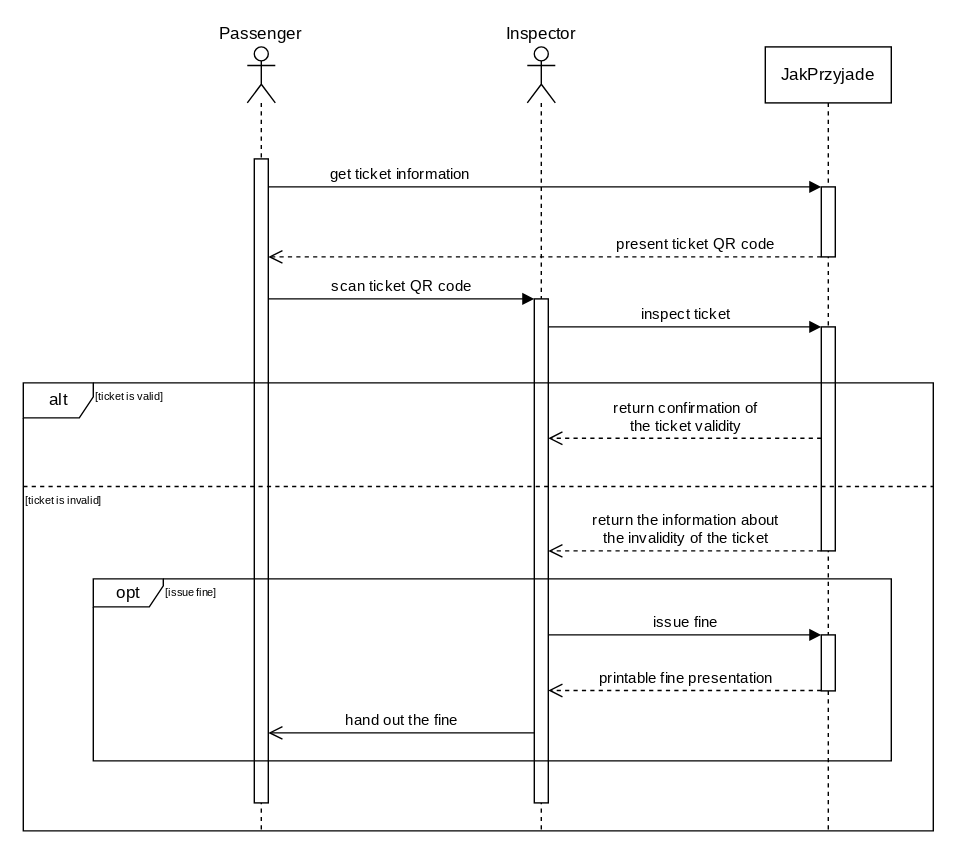
PWR-ACS-SE-24/SoftwareSystemDesign keeps this draw.io diagram as documentation/course/e2/images/sequence-diagram-scenario-ticket-inspection.drawio.svg. Above is the earlier version. Source tidied: cells renumbered, new cells last; positions are measured from the earlier drawing's top-left corner, leaving out a move shared by most shapes.
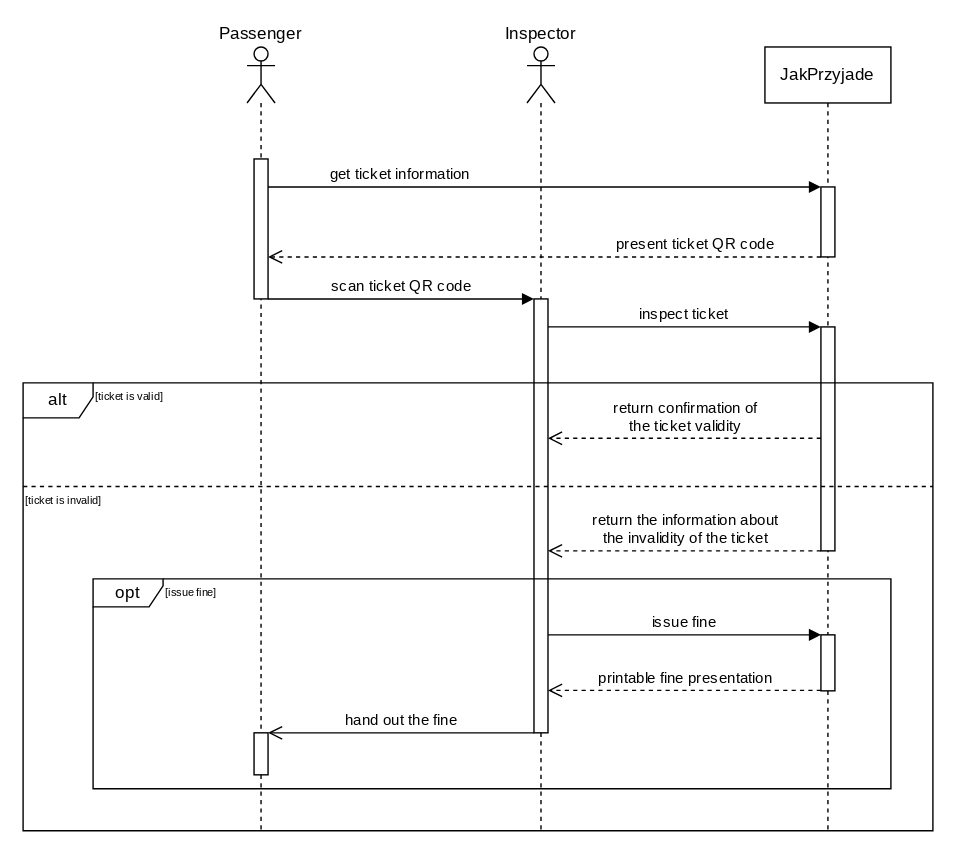
The same file after the commit.

Commit message:
post post review fix fix

The edit, as a diff of the source:
```diff
@@ -15,13 +15,13 @@
       <mxGeometry x="360" width="20" height="560" as="geometry" />
     </mxCell>
     <mxCell id="6" style="html=1;points=[[0,0,0,0,5],[0,1,0,0,-5],[1,0,0,0,5],[1,1,0,0,-5]];perimeter=orthogonalPerimeter;outlineConnect=0;targetShapes=umlLifeline;portConstraint=eastwest;newEdgeStyle={&quot;curved&quot;:0,&quot;rounded&quot;:0};fontFamily=JetBrains Mono;fontSource=https%3A%2F%2Ffonts.googleapis.com%2Fcss%3Ffamily%3DJetBrains%2BMono;" parent="5" vertex="1">
-      <mxGeometry x="5" y="180" width="10" height="360" as="geometry" />
+      <mxGeometry x="5" y="180" width="10" height="310" as="geometry" />
     </mxCell>
     <mxCell id="7" value="Passe&lt;span style=&quot;background-color: initial;&quot;&gt;nger&lt;/span&gt;" style="shape=umlLifeline;perimeter=lifelinePerimeter;whiteSpace=wrap;html=1;newEdgeStyle={&quot;curved&quot;:0,&quot;rounded&quot;:0};participant=umlActor;labelPosition=center;verticalLabelPosition=top;align=center;verticalAlign=bottom;fontFamily=JetBrains Mono;fontSource=https%3A%2F%2Ffonts.googleapis.com%2Fcss%3Ffamily%3DJetBrains%2BMono;" parent="1" vertex="1">
       <mxGeometry x="160" width="20" height="560" as="geometry" />
     </mxCell>
     <mxCell id="8" style="html=1;points=[[0,0,0,0,5],[0,1,0,0,-5],[1,0,0,0,5],[1,1,0,0,-5]];perimeter=orthogonalPerimeter;outlineConnect=0;targetShapes=umlLifeline;portConstraint=eastwest;newEdgeStyle={&quot;curved&quot;:0,&quot;rounded&quot;:0};fontFamily=JetBrains Mono;fontSource=https%3A%2F%2Ffonts.googleapis.com%2Fcss%3Ffamily%3DJetBrains%2BMono;" parent="7" vertex="1">
-      <mxGeometry x="5" y="80" width="10" height="460" as="geometry" />
+      <mxGeometry x="5" y="80" width="10" height="100" as="geometry" />
     </mxCell>
     <mxCell id="9" value="get ticket information" style="html=1;verticalAlign=bottom;endArrow=block;curved=0;rounded=0;fontFamily=JetBrains Mono;fontSource=https%3A%2F%2Ffonts.googleapis.com%2Fcss%3Ffamily%3DJetBrains%2BMono;" parent="1" edge="1">
       <mxGeometry x="-0.53" relative="1" as="geometry">
@@ -72,7 +72,7 @@
       </mxGeometry>
     </mxCell>
     <mxCell id="19" value="opt" style="shape=umlFrame;whiteSpace=wrap;html=1;width=50;height=20;fontFamily=JetBrains Mono;fontSource=https%3A%2F%2Ffonts.googleapis.com%2Fcss%3Ffamily%3DJetBrains%2BMono;" parent="1" vertex="1">
-      <mxGeometry x="50" y="380" width="570" height="130" as="geometry" />
+      <mxGeometry x="50" y="380" width="570" height="150" as="geometry" />
     </mxCell>
     <mxCell id="20" value="[issue fine]" style="text;html=1;align=left;verticalAlign=middle;strokeColor=none;fillColor=none;fontSize=8;fontFamily=JetBrains Mono;fontSource=https%3A%2F%2Ffonts.googleapis.com%2Fcss%3Ffamily%3DJetBrains%2BMono;" parent="1" vertex="1">
       <mxGeometry x="100" y="380" width="80" height="20" as="geometry" />
@@ -89,10 +89,13 @@
         <mxPoint x="375" y="459.7" as="targetPoint" />
       </mxGeometry>
     </mxCell>
-    <mxCell id="24" value="hand out the fine" style="html=1;verticalAlign=bottom;endArrow=open;endSize=8;curved=0;rounded=0;fontFamily=JetBrains Mono;fontSource=https%3A%2F%2Ffonts.googleapis.com%2Fcss%3Ffamily%3DJetBrains%2BMono;" parent="1" edge="1" target="8">
+    <mxCell id="24" value="hand out the fine" style="html=1;verticalAlign=bottom;endArrow=open;endSize=8;curved=0;rounded=0;fontFamily=JetBrains Mono;fontSource=https%3A%2F%2Ffonts.googleapis.com%2Fcss%3Ffamily%3DJetBrains%2BMono;" parent="1" edge="1" target="25">
       <mxGeometry relative="1" as="geometry">
         <mxPoint x="365" y="490" as="sourcePoint" />
       </mxGeometry>
     </mxCell>
+    <mxCell id="25" style="html=1;points=[[0,0,0,0,5],[0,1,0,0,-5],[1,0,0,0,5],[1,1,0,0,-5]];perimeter=orthogonalPerimeter;outlineConnect=0;targetShapes=umlLifeline;portConstraint=eastwest;newEdgeStyle={&quot;curved&quot;:0,&quot;rounded&quot;:0};" parent="1" vertex="1">
+      <mxGeometry x="165" y="490" width="10" height="30" as="geometry" />
+    </mxCell>
   </root>
 </mxGraphModel>
```
